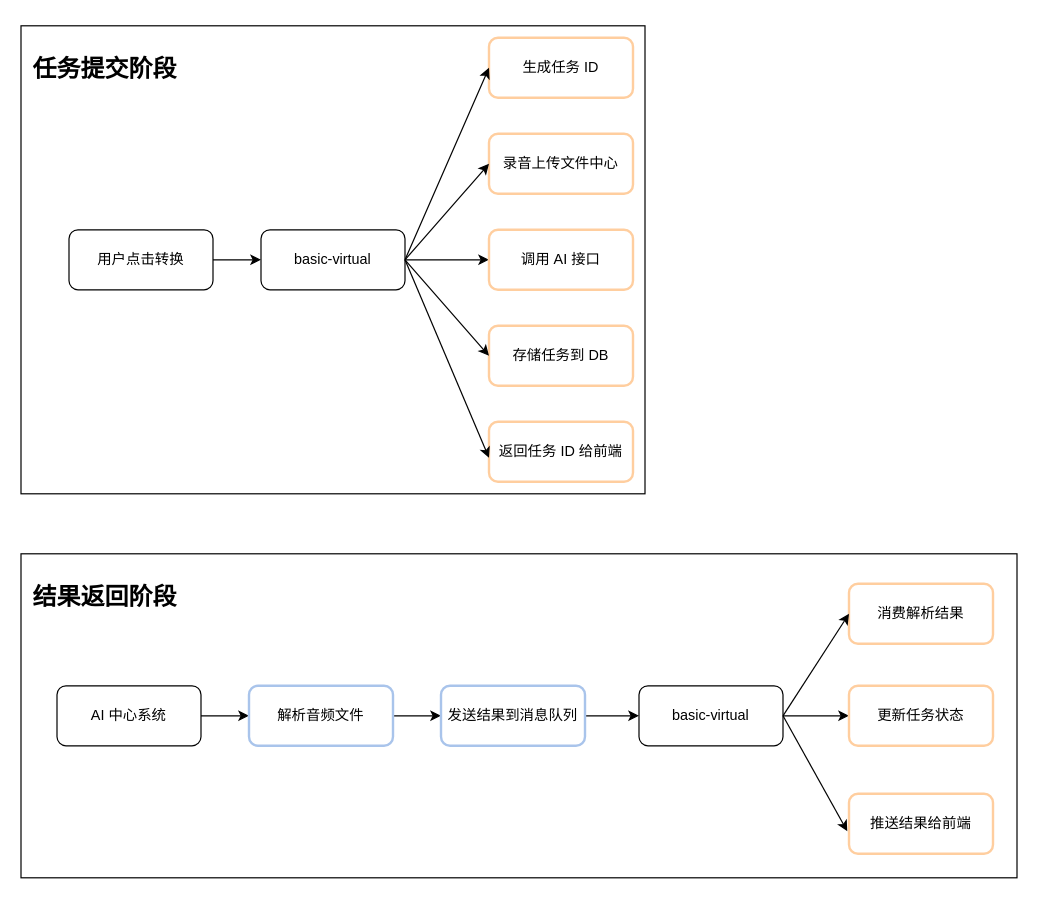
Above: 音频转文本实现.drawio in DongRuihua/draw (draw.io), before the change. Source tidied: cells renumbered, new cells numbered last; positions are measured from the earlier drawing's top-left corner, leaving out a move shared by most shapes. Both pictures are drawn from the tidied source at 120%, with x=0, y=0 at pixel (20, 25).
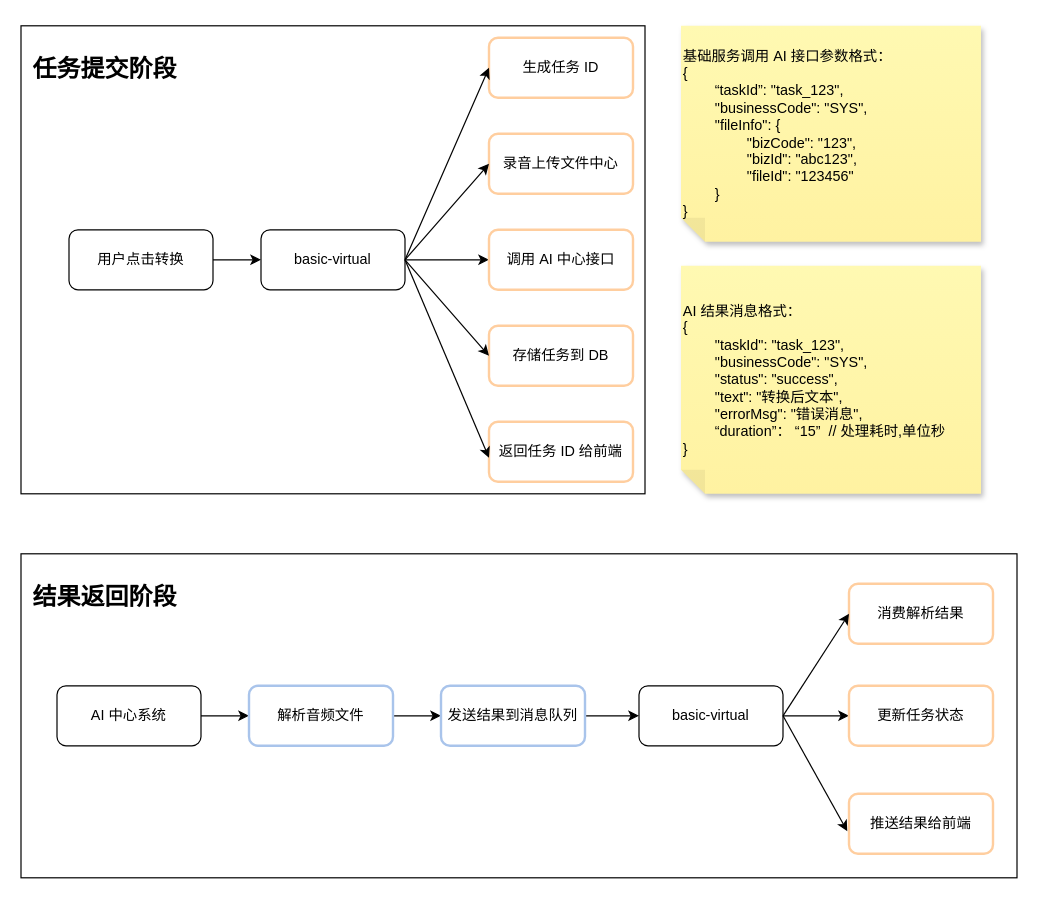
After the change.

Commit message (it also covers changes not shown here):
更新音频转文本实现.drawio

The change refers to these unchanged cells:
```xml
<mxCell id="2" style="group;" parent="1" vertex="1">
  <mxGeometry width="520" height="390" as="geometry" />
</mxCell>
```

What changed in the source:
```diff
@@
-    <mxCell id="10" value="调用 AI 接口" style="rounded=1;whiteSpace=wrap;html=1;strokeColor=#FFCE9F;strokeWidth=2;" parent="2" vertex="1">
+    <mxCell id="10" value="调用 AI 中心接口" style="rounded=1;whiteSpace=wrap;html=1;strokeColor=#FFCE9F;strokeWidth=2;" parent="2" vertex="1">
       <mxGeometry x="390" y="170" width="120" height="50" as="geometry" />
     </mxCell>
@@
+    <mxCell id="34" value="基础服务调用 AI 接口参数格式：&lt;br&gt;{&lt;div&gt;&lt;span style=&quot;white-space: pre;&quot;&gt;&#9;&lt;/span&gt;“taskId”: &quot;task_123&quot;,&lt;br&gt;&lt;/div&gt;&lt;div&gt;&lt;span style=&quot;white-space: pre;&quot;&gt;&#9;&lt;/span&gt;&quot;businessCode&quot;: &quot;SYS&quot;,&lt;br&gt;&lt;span style=&quot;white-space: pre;&quot;&gt;&#9;&lt;/span&gt;&quot;fileInfo&quot;: {&lt;/div&gt;&lt;div&gt;&lt;span style=&quot;white-space: pre;&quot;&gt;&#9;&lt;/span&gt;&lt;span style=&quot;white-space: pre;&quot;&gt;&#9;&lt;/span&gt;&quot;bizCode&quot;: &quot;123&quot;,&lt;br&gt;&lt;/div&gt;&lt;div&gt;&lt;span style=&quot;white-space: pre;&quot;&gt;&#9;&lt;/span&gt;&lt;span style=&quot;white-space: pre;&quot;&gt;&#9;&lt;/span&gt;&quot;bizId&quot;: &quot;abc123&quot;,&lt;br&gt;&lt;/div&gt;&lt;div&gt;&lt;span style=&quot;white-space: pre;&quot;&gt;&#9;&lt;/span&gt;&lt;span style=&quot;white-space: pre;&quot;&gt;&#9;&lt;/span&gt;&quot;fileId&quot;: &quot;123456&quot;&lt;br&gt;&lt;/div&gt;&lt;div&gt;&lt;span style=&quot;white-space: pre;&quot;&gt;&#9;&lt;/span&gt;}&lt;br&gt;&lt;/div&gt;&lt;div&gt;}&lt;/div&gt;" style="shape=note;whiteSpace=wrap;html=1;backgroundOutline=1;fontColor=#000000;darkOpacity=0.05;fillColor=#FFF9B2;strokeColor=none;fillStyle=solid;direction=west;gradientDirection=north;gradientColor=#FFF2A1;shadow=1;size=20;align=left;" parent="1" vertex="1">
+      <mxGeometry x="550" width="250" height="180" as="geometry" />
+    </mxCell>
+    <mxCell id="35" value="AI 结果消息格式：&lt;br&gt;{&lt;div&gt;&lt;span style=&quot;white-space: pre;&quot;&gt;&#9;&lt;/span&gt;&quot;taskId&quot;: &quot;task_123&quot;,&lt;br&gt;&lt;/div&gt;&lt;div&gt;&lt;span style=&quot;white-space: pre;&quot;&gt;&#9;&lt;/span&gt;&quot;businessCode&quot;: &quot;SYS&quot;,&lt;br&gt;&lt;/div&gt;&lt;div&gt;&lt;span style=&quot;white-space: pre;&quot;&gt;&#9;&lt;/span&gt;&quot;status&quot;: &quot;success&quot;,&lt;br&gt;&lt;/div&gt;&lt;div&gt;&lt;span style=&quot;white-space: pre;&quot;&gt;&#9;&lt;/span&gt;&quot;text&quot;: &quot;转换后文本&quot;,&lt;br&gt;&lt;/div&gt;&lt;div&gt;&lt;span style=&quot;white-space: pre;&quot;&gt;&#9;&lt;/span&gt;&quot;errorMsg&quot;: &quot;错误消息&quot;,&lt;br&gt;&lt;/div&gt;&lt;div&gt;&lt;span style=&quot;white-space: pre;&quot;&gt;&#9;&lt;/span&gt;“duration”： “15”&amp;nbsp; // 处理耗时,单位秒&lt;br&gt;&lt;/div&gt;&lt;div&gt;}&lt;/div&gt;" style="shape=note;whiteSpace=wrap;html=1;backgroundOutline=1;fontColor=#000000;darkOpacity=0.05;fillColor=#FFF9B2;strokeColor=none;fillStyle=solid;direction=west;gradientDirection=north;gradientColor=#FFF2A1;shadow=1;size=20;align=left;" parent="1" vertex="1">
+      <mxGeometry x="550" y="200" width="250" height="190" as="geometry" />
+    </mxCell>
```
